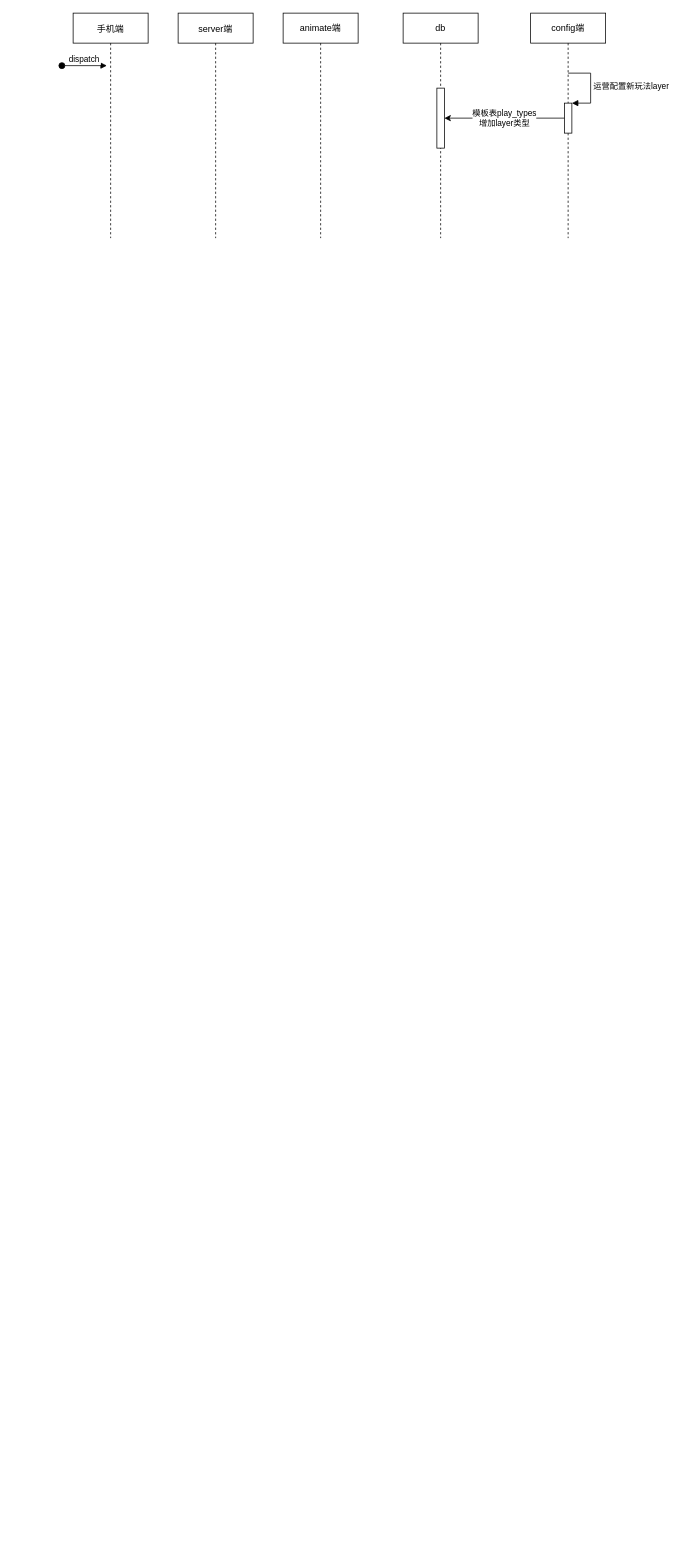
Earlier version of the draw.io diagram 新玩法layer顺序图.drawio (milletzhu/datasource). Source tidied: cells renumbered, new cells numbered last; positions are measured from the earlier drawing's top-left corner, leaving out a move shared by most shapes. Both pictures are drawn from the tidied source at 75%, with x=0, y=0 at pixel (62, 13).
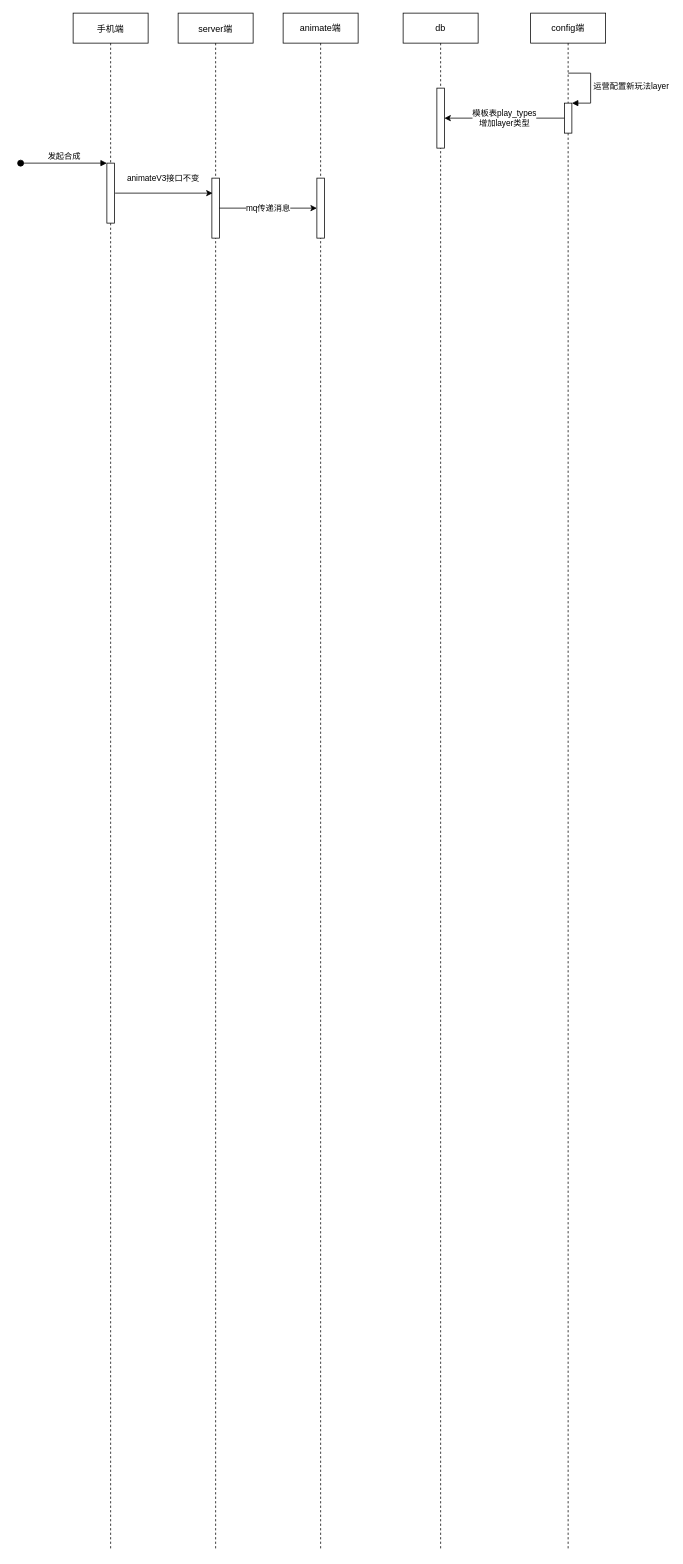
Above is the later version.

Commit message (it also covers changes not shown here):
更新新玩法layer顺序图.drawio

What changed in the source:
```diff
@@
     <mxCell id="2" value="手机端" style="shape=umlLifeline;perimeter=lifelinePerimeter;rounded=0;shadow=0;strokeWidth=1;" parent="1" vertex="1">
-      <mxGeometry x="15" width="100" height="300" as="geometry" />
+      <mxGeometry x="15" width="100" height="2050" as="geometry" />
     </mxCell>
-    <mxCell id="3" value="dispatch" style="verticalAlign=bottom;startArrow=oval;endArrow=block;startSize=8;shadow=0;strokeWidth=1;" parent="2" edge="1">
-      <mxGeometry relative="1" as="geometry">
-        <mxPoint x="-15" y="70" as="sourcePoint" />
-        <mxPoint x="45" y="70" as="targetPoint" />
-      </mxGeometry>
-    </mxCell>
+    <mxCell id="12" style="html=1;points=[];perimeter=orthogonalPerimeter;" parent="2" vertex="1">
+      <mxGeometry x="45" y="200" width="10" height="80" as="geometry" />
+    </mxCell>
+    <mxCell id="13" value="发起合成" style="html=1;verticalAlign=bottom;startArrow=oval;endArrow=block;startSize=8;rounded=0;" parent="2" edge="1" target="12">
+      <mxGeometry relative="1" as="geometry">
+        <mxPoint x="-70" y="200" as="sourcePoint" />
+      </mxGeometry>
+    </mxCell>
     <mxCell id="4" value="server端" style="shape=umlLifeline;perimeter=lifelinePerimeter;rounded=0;shadow=0;strokeWidth=1;" parent="1" vertex="1">
-      <mxGeometry x="155" width="100" height="300" as="geometry" />
+      <mxGeometry x="155" width="100" height="2050" as="geometry" />
     </mxCell>
+    <mxCell id="14" style="html=1;points=[];perimeter=orthogonalPerimeter;" parent="4" vertex="1">
+      <mxGeometry x="45" y="220" width="10" height="80" as="geometry" />
+    </mxCell>
     <mxCell id="5" value="animate端" style="shape=umlLifeline;perimeter=lifelinePerimeter;whiteSpace=wrap;html=1;" parent="1" vertex="1">
-      <mxGeometry x="295" width="100" height="300" as="geometry" />
+      <mxGeometry x="295" width="100" height="2050" as="geometry" />
     </mxCell>
+    <mxCell id="15" style="html=1;points=[];perimeter=orthogonalPerimeter;" parent="5" vertex="1">
+      <mxGeometry x="45" y="220" width="10" height="80" as="geometry" />
+    </mxCell>
     <mxCell id="6" value="db" style="shape=umlLifeline;perimeter=lifelinePerimeter;whiteSpace=wrap;html=1;" parent="1" vertex="1">
-      <mxGeometry x="455" width="100" height="300" as="geometry" />
+      <mxGeometry x="455" width="100" height="2050" as="geometry" />
     </mxCell>
@@
     <mxCell id="8" value="config端" style="shape=umlLifeline;perimeter=lifelinePerimeter;whiteSpace=wrap;html=1;" parent="1" vertex="1">
-      <mxGeometry x="625" width="100" height="300" as="geometry" />
+      <mxGeometry x="625" width="100" height="2050" as="geometry" />
     </mxCell>
@@
+    <mxCell id="16" value="animateV3接口不变" style="edgeStyle=orthogonalEdgeStyle;rounded=0;orthogonalLoop=1;jettySize=auto;html=1;" parent="1" edge="1">
+      <mxGeometry x="-0.02" y="20" relative="1" as="geometry">
+        <mxPoint x="71" y="240" as="sourcePoint" />
+        <mxPoint x="201" y="240" as="targetPoint" />
+      </mxGeometry>
+    </mxCell>
+    <mxCell id="17" value="mq传递消息" style="edgeStyle=orthogonalEdgeStyle;rounded=0;jettySize=auto;html=1;" parent="1" edge="1" source="14" target="15">
+      <mxGeometry relative="1" as="geometry" />
+    </mxCell>
```
